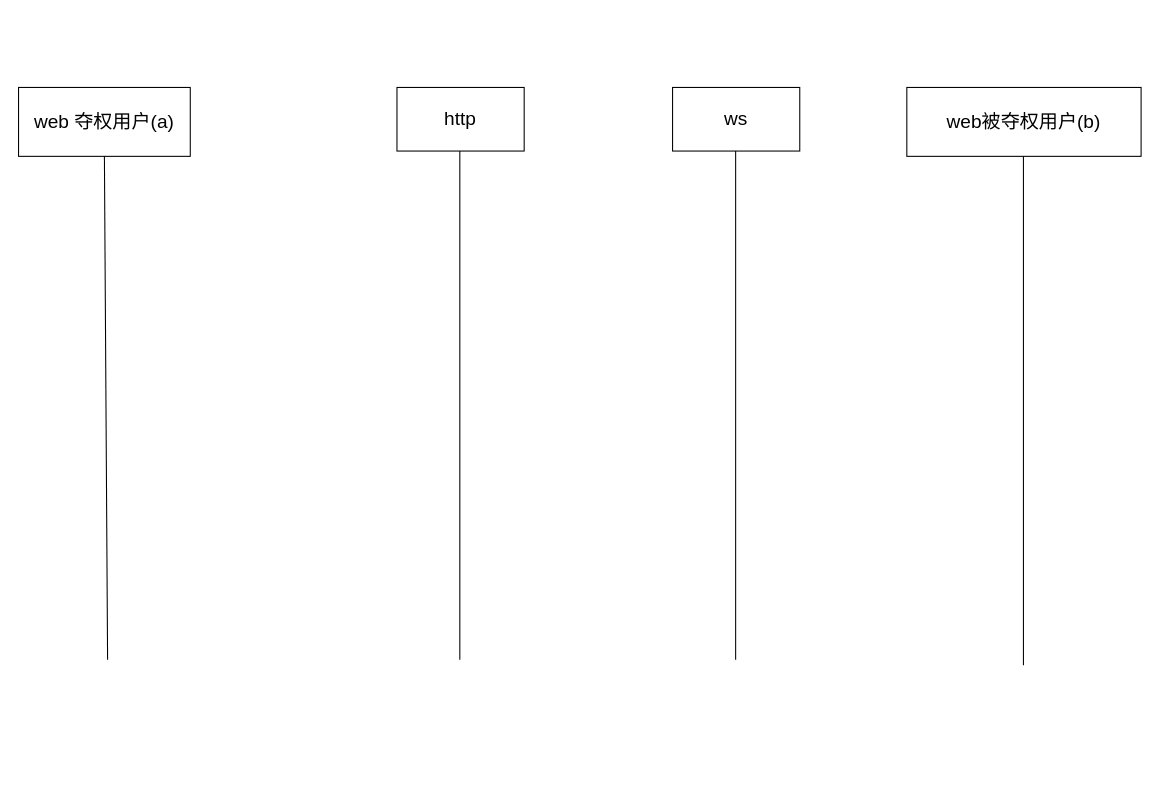
This is 未命名绘图.drawio from Alphatrionty/Alphatrionty.github.io, a draw.io file, before an edit. Source tidied: cells renumbered, new cells numbered last; positions are measured from the earlier drawing's top-left corner, leaving out a move shared by most shapes. Both pictures are drawn from the tidied source at 106%, with x=0, y=0 at pixel (18, 87).
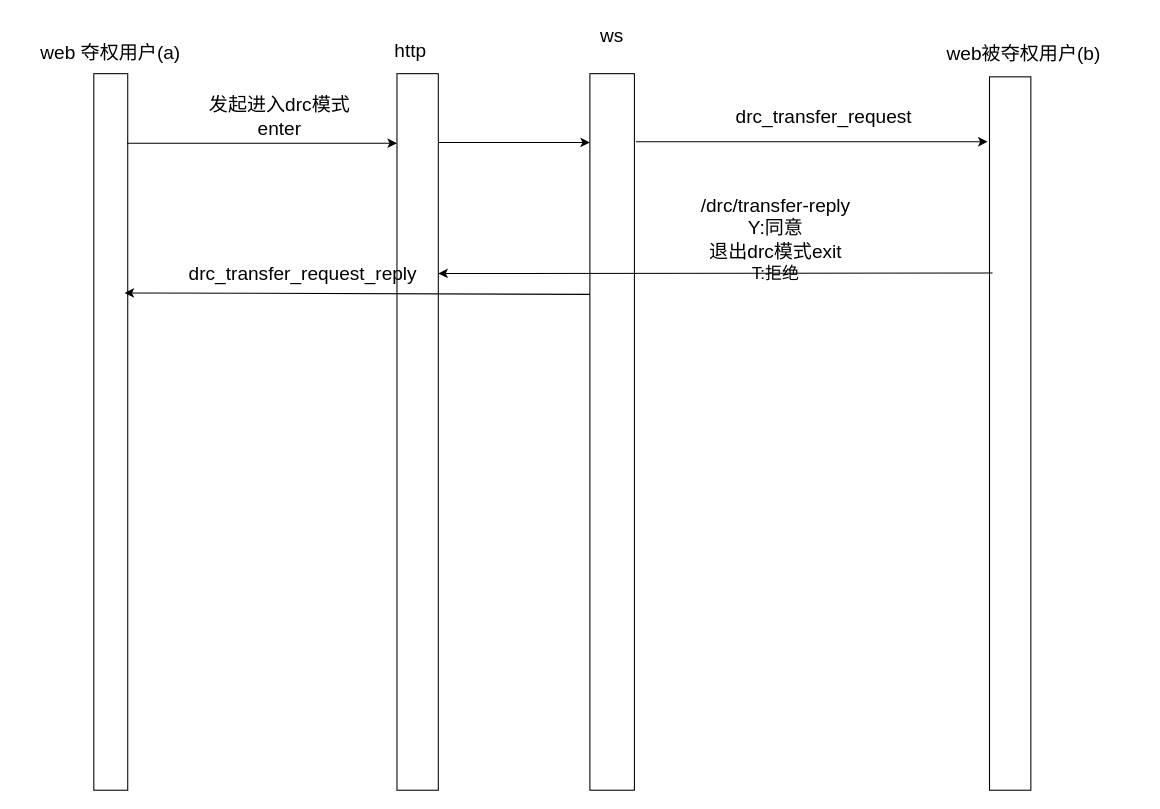
The same page after the edit.

Commit message (it also covers changes not shown here):
更新未命名绘图.drawio

The edit, as a diff of the source:
```diff
@@
 <mxGraphModel>
   <root>
     <mxCell id="0" />
     <mxCell id="1" parent="0" />
-    <mxCell id="2" value="&lt;font style=&quot;font-size: 18px;&quot;&gt;web 夺权用户(a)&lt;/font&gt;" style="rounded=0;whiteSpace=wrap;html=1;" parent="1" vertex="1">
-      <mxGeometry width="162" height="65" as="geometry" />
+    <mxCell id="2" style="rounded=0;whiteSpace=wrap;html=1;" parent="1" vertex="1">
+      <mxGeometry x="71" y="-13" width="32" height="676" as="geometry" />
     </mxCell>
-    <mxCell id="3" style="endArrow=none;html=1;rounded=0;entryX=0.5;entryY=1;entryDx=0;entryDy=0;" parent="1" edge="1" target="2">
-      <mxGeometry relative="1" as="geometry">
-        <mxPoint x="84" y="540" as="sourcePoint" />
-      </mxGeometry>
-    </mxCell>
-    <mxCell id="4" value="&lt;font style=&quot;font-size: 18px;&quot;&gt;http&lt;/font&gt;" style="rounded=0;whiteSpace=wrap;html=1;" parent="1" vertex="1">
-      <mxGeometry x="357" width="120" height="60" as="geometry" />
+    <mxCell id="4" style="rounded=0;whiteSpace=wrap;html=1;" parent="1" vertex="1">
+      <mxGeometry x="357" y="-13" width="39" height="676" as="geometry" />
     </mxCell>
-    <mxCell id="5" value="&lt;font style=&quot;font-size: 18px;&quot;&gt;ws&lt;/font&gt;" style="rounded=0;whiteSpace=wrap;html=1;" parent="1" vertex="1">
-      <mxGeometry x="617" width="120" height="60" as="geometry" />
+    <mxCell id="5" style="rounded=0;whiteSpace=wrap;html=1;" parent="1" vertex="1">
+      <mxGeometry x="539" y="-13" width="42" height="676" as="geometry" />
     </mxCell>
-    <mxCell id="6" style="endArrow=none;html=1;rounded=0;entryX=0.5;entryY=1;entryDx=0;entryDy=0;" parent="1" edge="1">
-      <mxGeometry relative="1" as="geometry">
-        <mxPoint x="416.3" y="540" as="sourcePoint" />
-        <mxPoint x="416.3" y="60" as="targetPoint" />
-      </mxGeometry>
-    </mxCell>
-    <mxCell id="7" style="endArrow=none;html=1;rounded=0;entryX=0.5;entryY=1;entryDx=0;entryDy=0;" parent="1" edge="1">
-      <mxGeometry relative="1" as="geometry">
-        <mxPoint x="676.5" y="540" as="sourcePoint" />
-        <mxPoint x="676.5" y="60" as="targetPoint" />
-      </mxGeometry>
-    </mxCell>
-    <mxCell id="8" value="&lt;font style=&quot;font-size: 18px;&quot;&gt;web被夺权用户(b)&lt;/font&gt;" style="rounded=0;whiteSpace=wrap;html=1;" parent="1" vertex="1">
-      <mxGeometry x="838" width="221" height="65" as="geometry" />
+    <mxCell id="8" style="rounded=0;whiteSpace=wrap;html=1;" parent="1" vertex="1">
+      <mxGeometry x="916" y="-10" width="39" height="673" as="geometry" />
     </mxCell>
-    <mxCell id="9" style="endArrow=none;html=1;rounded=0;entryX=0.5;entryY=1;entryDx=0;entryDy=0;" parent="1" edge="1">
-      <mxGeometry relative="1" as="geometry">
-        <mxPoint x="948" y="545" as="sourcePoint" />
-        <mxPoint x="948" y="65" as="targetPoint" />
-      </mxGeometry>
-    </mxCell>
+    <mxCell id="10" style="endArrow=classic;html=1;rounded=0;exitX=0.982;exitY=0.097;exitDx=0;exitDy=0;exitPerimeter=0;entryX=0;entryY=0.097;entryDx=0;entryDy=0;entryPerimeter=0;" parent="1" edge="1" source="2" target="4">
+      <mxGeometry relative="1" as="geometry" />
+    </mxCell>
+    <mxCell id="11" value="&lt;font style=&quot;font-size: 18px;&quot;&gt;发起进入drc模式enter&lt;/font&gt;" style="text;html=1;align=center;verticalAlign=middle;whiteSpace=wrap;rounded=0;" parent="1" vertex="1">
+      <mxGeometry x="162" y="8.5" width="169" height="39" as="geometry" />
+    </mxCell>
+    <mxCell id="12" value="&lt;span style=&quot;font-size: 18px;&quot;&gt;web 夺权用户(a)&lt;/span&gt;" style="text;html=1;align=center;verticalAlign=middle;whiteSpace=wrap;rounded=0;" parent="1" vertex="1">
+      <mxGeometry x="12" y="-52" width="150" height="39" as="geometry" />
+    </mxCell>
+    <mxCell id="13" value="&lt;font style=&quot;font-size: 18px;&quot;&gt;http&lt;/font&gt;" style="text;html=1;align=center;verticalAlign=middle;whiteSpace=wrap;rounded=0;" parent="1" vertex="1">
+      <mxGeometry x="318" y="-55" width="104" height="42" as="geometry" />
+    </mxCell>
+    <mxCell id="14" value="&lt;span style=&quot;font-size: 18px;&quot;&gt;web被夺权用户(b)&lt;/span&gt;" style="text;html=1;align=center;verticalAlign=middle;whiteSpace=wrap;rounded=0;" parent="1" vertex="1">
+      <mxGeometry x="851" y="-52" width="195" height="42" as="geometry" />
+    </mxCell>
+    <mxCell id="15" value="&lt;font style=&quot;font-size: 18px;&quot;&gt;ws&lt;/font&gt;" style="text;html=1;align=center;verticalAlign=middle;whiteSpace=wrap;rounded=0;" parent="1" vertex="1">
+      <mxGeometry x="517" y="-65" width="86" height="34" as="geometry" />
+    </mxCell>
+    <mxCell id="16" style="endArrow=classic;html=1;rounded=0;entryX=0;entryY=0.096;entryDx=0;entryDy=0;entryPerimeter=0;exitX=1;exitY=0.096;exitDx=0;exitDy=0;exitPerimeter=0;" parent="1" edge="1" source="4" target="5">
+      <mxGeometry relative="1" as="geometry" />
+    </mxCell>
+    <mxCell id="17" style="endArrow=classic;html=1;rounded=0;entryX=-0.047;entryY=0.091;entryDx=0;entryDy=0;entryPerimeter=0;exitX=1.034;exitY=0.095;exitDx=0;exitDy=0;exitPerimeter=0;" parent="1" edge="1" source="5" target="8">
+      <mxGeometry relative="1" as="geometry" />
+    </mxCell>
+    <mxCell id="18" value="&lt;font style=&quot;font-size: 18px;&quot;&gt;drc_transfer_request&lt;/font&gt;" style="text;html=1;align=center;verticalAlign=middle;whiteSpace=wrap;rounded=0;" parent="1" vertex="1">
+      <mxGeometry x="669" y="8.5" width="182" height="39" as="geometry" />
+    </mxCell>
+    <mxCell id="19" style="endArrow=classic;html=1;rounded=0;exitX=0.074;exitY=0.275;exitDx=0;exitDy=0;exitPerimeter=0;entryX=1;entryY=0.5;entryDx=0;entryDy=0;" parent="1" edge="1" source="8" target="21">
+      <mxGeometry relative="1" as="geometry" />
+    </mxCell>
+    <mxCell id="20" style="endArrow=classic;html=1;rounded=0;exitX=0;exitY=0.308;exitDx=0;exitDy=0;exitPerimeter=0;entryX=0.908;entryY=0.306;entryDx=0;entryDy=0;entryPerimeter=0;" parent="1" edge="1" target="2">
+      <mxGeometry relative="1" as="geometry">
+        <mxPoint x="539" y="195.2" as="sourcePoint" />
+      </mxGeometry>
+    </mxCell>
+    <mxCell id="21" value="&lt;span style=&quot;font-size: 18px;&quot;&gt;drc_transfer_request_reply&lt;/span&gt;" style="text;html=1;align=center;verticalAlign=middle;whiteSpace=wrap;rounded=0;" parent="1" vertex="1">
+      <mxGeometry x="141" y="156" width="255" height="39" as="geometry" />
+    </mxCell>
+    <mxCell id="22" value="&lt;div&gt;&lt;font style=&quot;&quot;&gt;&lt;span style=&quot;font-size: 18px;&quot;&gt;/drc/transfer-reply&lt;/span&gt;&lt;/font&gt;&lt;/div&gt;&lt;font style=&quot;font-size: 18px;&quot;&gt;Y:同意&lt;/font&gt;&lt;div&gt;&lt;span style=&quot;font-size: 18px;&quot;&gt;退出drc模式exit&lt;/span&gt;&lt;/div&gt;&lt;div&gt;&lt;div&gt;&lt;div&gt;&lt;font size=&quot;3&quot;&gt;T:拒绝&lt;/font&gt;&lt;/div&gt;&lt;/div&gt;&lt;/div&gt;" style="text;html=1;align=center;verticalAlign=middle;whiteSpace=wrap;rounded=0;" parent="1" vertex="1">
+      <mxGeometry x="617" y="104" width="195" height="78" as="geometry" />
+    </mxCell>
   </root>
 </mxGraphModel>
```
